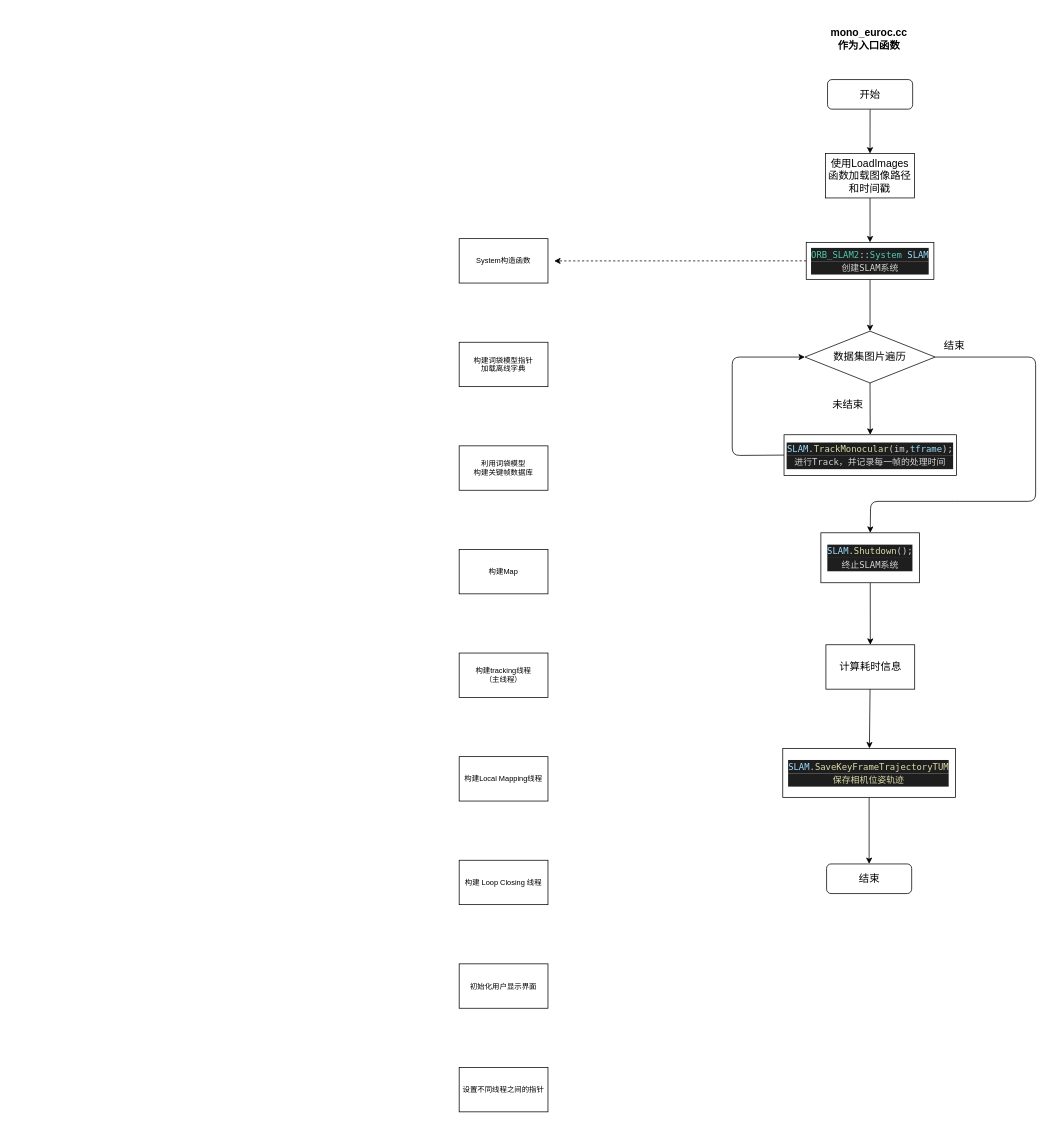
Before: page "单目模式流程图" (1 of 2) of ORBSLAM2.drawio in liang-jinli/ORB_SLAM2_detailed_comments, a draw.io diagram. Source tidied: cells renumbered, new cells numbered last; positions are measured from the earlier drawing's top-left corner, leaving out a move shared by most shapes. Both pictures are drawn from the tidied source at 74%, with x=0, y=0 at pixel (459, 13).
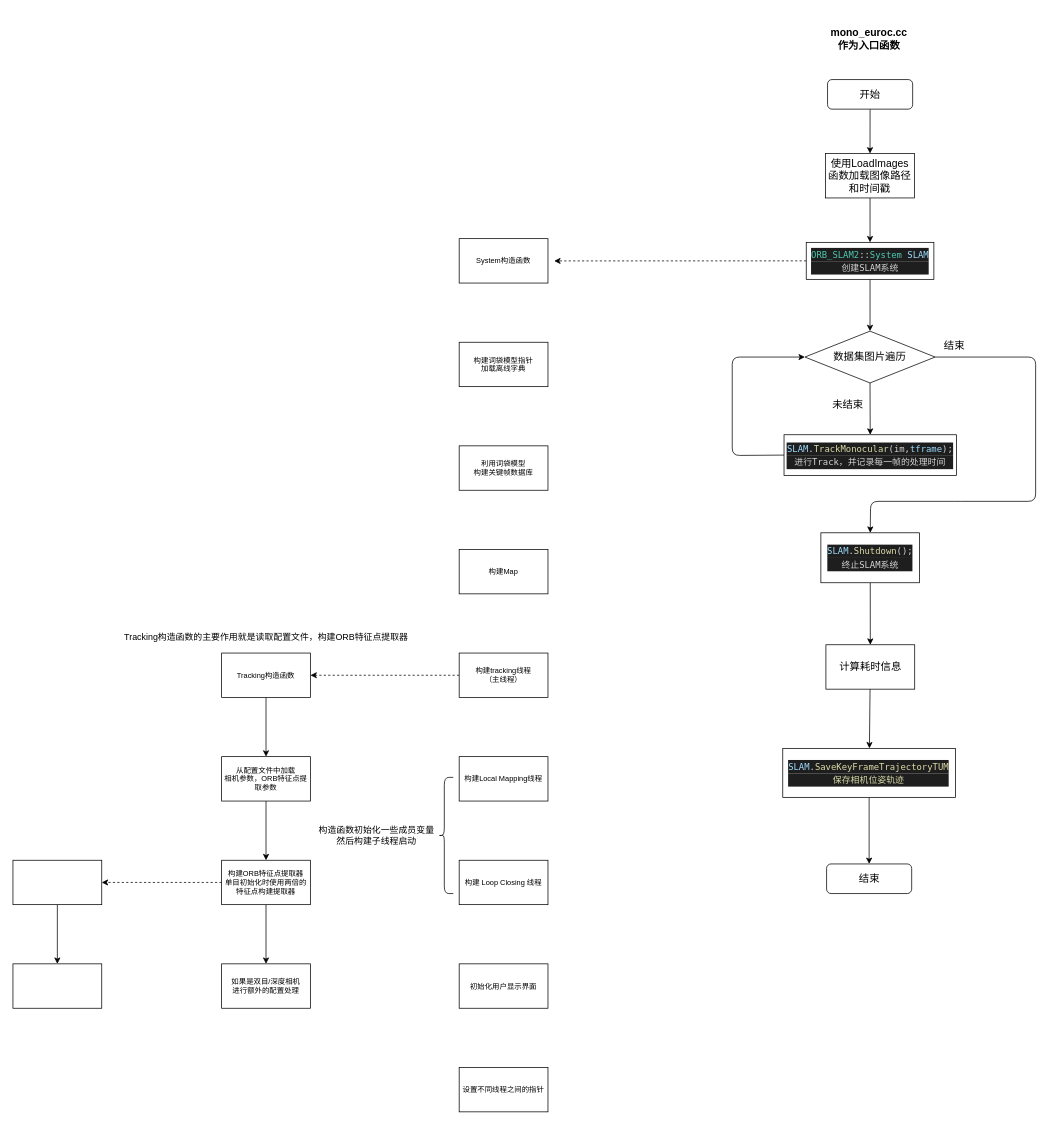
The same page after the edit.

Unchanged cells that the change refers to:
```xml
<mxCell id="33" value="构建tracking线程&lt;br&gt;（主线程）" style="whiteSpace=wrap;html=1;fontSize=10;rounded=0;" parent="1" vertex="1">
  <mxGeometry y="865" width="120" height="60" as="geometry" />
</mxCell>
```

The edit, as a diff of the source:
```diff
@@
+    <mxCell id="41" style="edgeStyle=orthogonalEdgeStyle;rounded=0;jettySize=auto;html=1;dashed=1;" parent="1" edge="1" source="33" target="43">
+      <mxGeometry relative="1" as="geometry" />
+    </mxCell>
@@
+    <mxCell id="42" style="edgeStyle=orthogonalEdgeStyle;rounded=0;jettySize=auto;html=1;" parent="1" edge="1" source="43" target="45">
+      <mxGeometry relative="1" as="geometry" />
+    </mxCell>
+    <mxCell id="43" value="Tracking构造函数" style="whiteSpace=wrap;html=1;fontSize=10;rounded=0;" parent="1" vertex="1">
+      <mxGeometry x="-321" y="865" width="120" height="60" as="geometry" />
+    </mxCell>
+    <mxCell id="44" style="edgeStyle=orthogonalEdgeStyle;rounded=0;jettySize=auto;html=1;" parent="1" edge="1" source="45" target="48">
+      <mxGeometry relative="1" as="geometry" />
+    </mxCell>
+    <mxCell id="45" value="从配置文件中加载&lt;br&gt;相机参数，ORB特征点提取参数" style="whiteSpace=wrap;html=1;fontSize=10;rounded=0;" parent="1" vertex="1">
+      <mxGeometry x="-321" y="1005" width="120" height="60" as="geometry" />
+    </mxCell>
+    <mxCell id="46" style="edgeStyle=orthogonalEdgeStyle;rounded=0;jettySize=auto;html=1;" parent="1" edge="1" source="48" target="49">
+      <mxGeometry relative="1" as="geometry" />
+    </mxCell>
+    <mxCell id="47" style="edgeStyle=orthogonalEdgeStyle;rounded=0;jettySize=auto;html=1;dashed=1;" parent="1" edge="1" source="48" target="54">
+      <mxGeometry relative="1" as="geometry" />
+    </mxCell>
+    <mxCell id="48" value="构建ORB特征点提取器&lt;br&gt;单目初始化时使用两倍的特征点构建提取器" style="whiteSpace=wrap;html=1;fontSize=10;rounded=0;" parent="1" vertex="1">
+      <mxGeometry x="-321" y="1145" width="120" height="60" as="geometry" />
+    </mxCell>
+    <mxCell id="49" value="如果是双目/深度相机&lt;br&gt;进行额外的配置处理" style="whiteSpace=wrap;html=1;fontSize=10;rounded=0;" parent="1" vertex="1">
+      <mxGeometry x="-321" y="1285" width="120" height="60" as="geometry" />
+    </mxCell>
+    <mxCell id="50" value="Tracking构造函数的主要作用就是读取配置文件，构建ORB特征点提取器&lt;br&gt;" style="text;html=1;align=center;verticalAlign=middle;strokeColor=none;fillColor=none;" parent="1" vertex="1">
+      <mxGeometry x="-462" y="831" width="402" height="26" as="geometry" />
+    </mxCell>
+    <mxCell id="51" style="shape=curlyBracket;whiteSpace=wrap;html=1;rounded=1;size=0.39615384615385096;" parent="1" vertex="1">
+      <mxGeometry x="-28" y="1033" width="20" height="157" as="geometry" />
+    </mxCell>
+    <mxCell id="52" value="构造函数初始化一些成员变量&lt;br&gt;然后构建子线程启动" style="text;html=1;align=center;verticalAlign=middle;strokeColor=none;fillColor=none;" parent="1" vertex="1">
+      <mxGeometry x="-199" y="1091" width="174" height="41" as="geometry" />
+    </mxCell>
+    <mxCell id="53" style="edgeStyle=orthogonalEdgeStyle;rounded=0;jettySize=auto;html=1;" parent="1" edge="1" source="54" target="55">
+      <mxGeometry relative="1" as="geometry" />
+    </mxCell>
+    <mxCell id="54" style="whiteSpace=wrap;html=1;fontSize=10;rounded=0;" parent="1" vertex="1">
+      <mxGeometry x="-603" y="1145" width="120" height="60" as="geometry" />
+    </mxCell>
+    <mxCell id="55" style="whiteSpace=wrap;html=1;fontSize=10;rounded=0;" parent="1" vertex="1">
+      <mxGeometry x="-603" y="1285" width="120" height="60" as="geometry" />
+    </mxCell>
```
